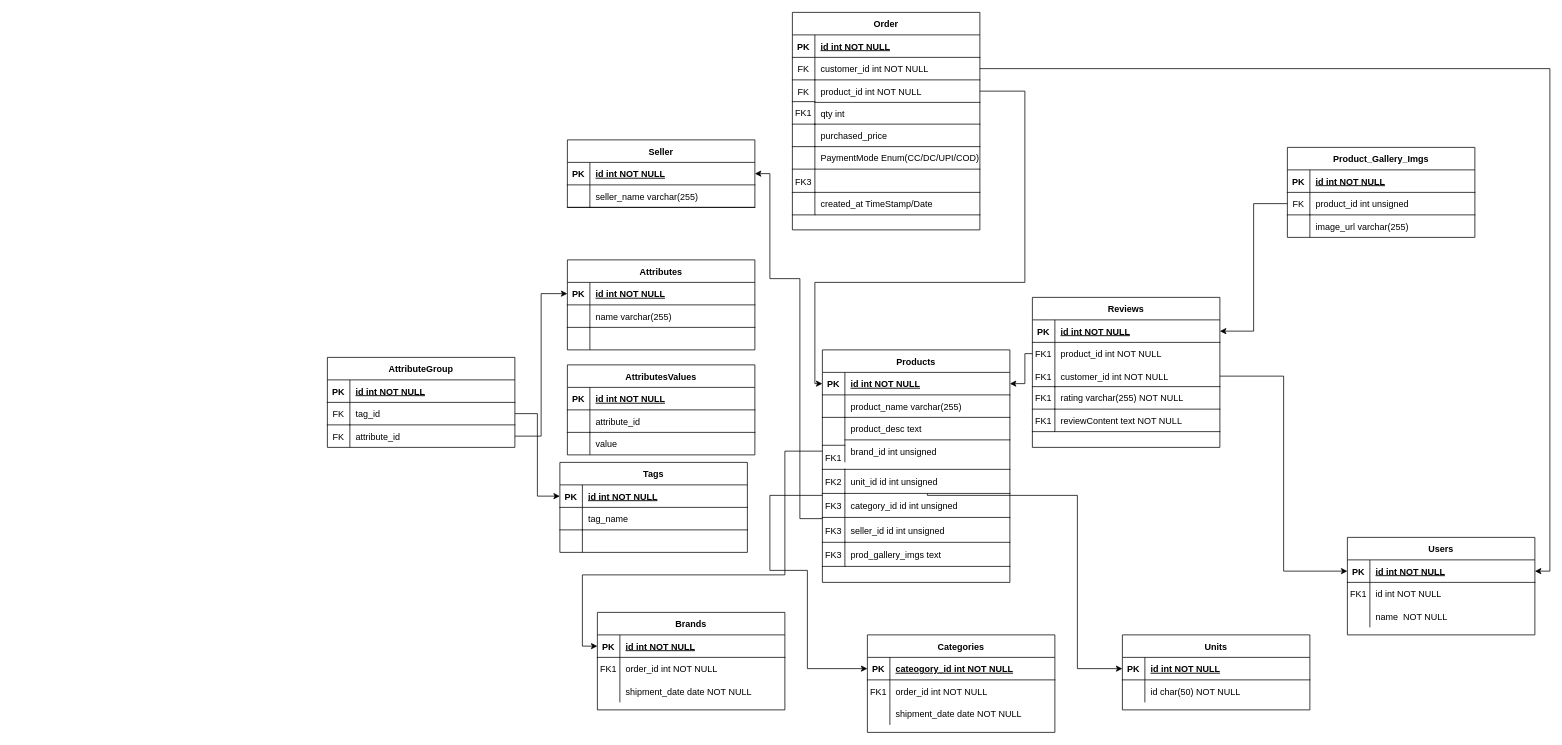
Above: database/migrations/Untitled Diagram.drawio in yashmali408/new-laravel-project- (draw.io), before the change. Source tidied: cells renumbered, new cells numbered last; positions are measured from the earlier drawing's top-left corner, leaving out a move shared by most shapes. Both pictures are drawn from the tidied source at 75%, with x=0, y=0 at pixel (327, 12).
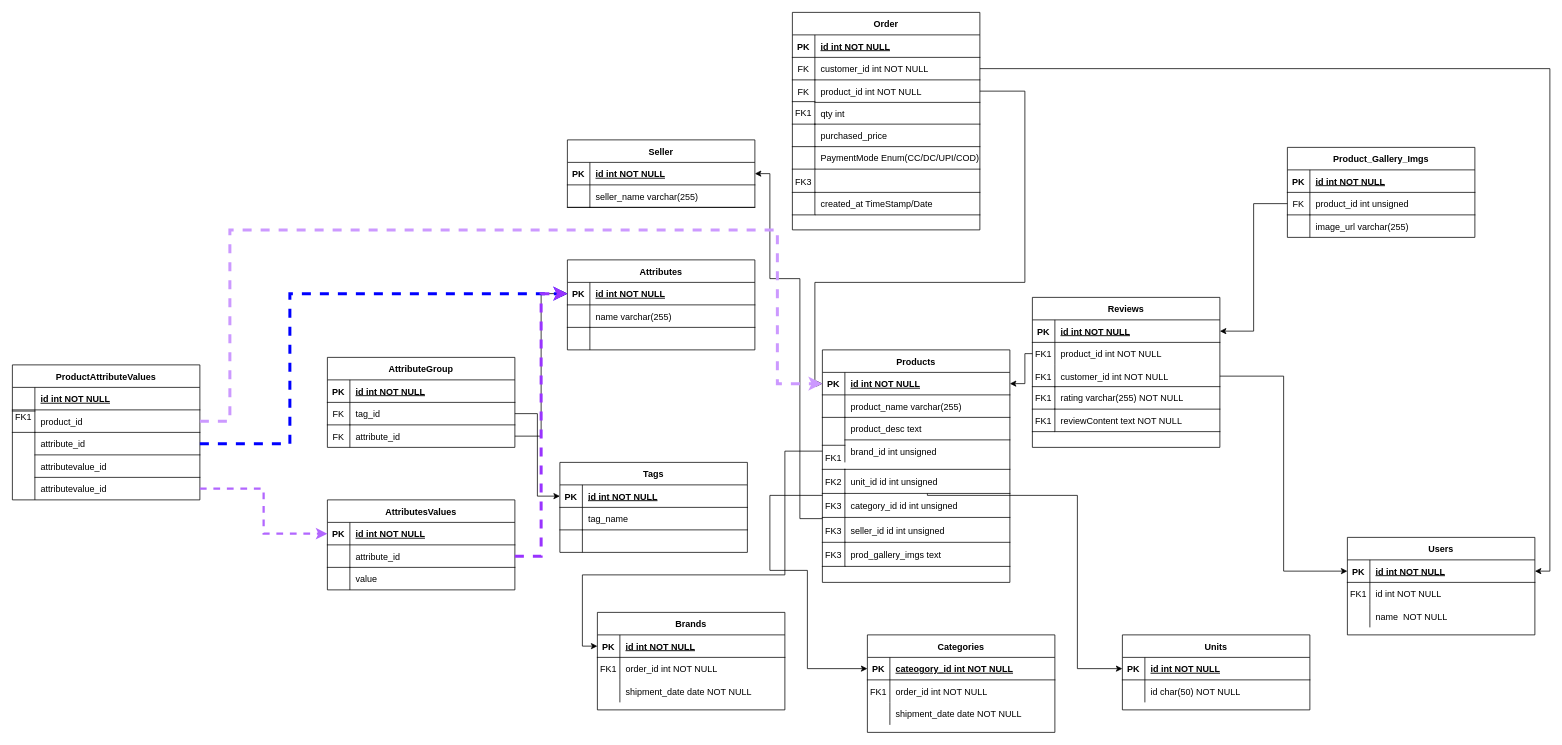
The same diagram, later.

The change refers to these unchanged cells:
```xml
<mxCell id="42" style="shape=partialRectangle;fillColor=none;points=[[0,0.5],[1,0.5]];portConstraint=eastwest;top=0;left=0;right=0;bottom=1;" parent="41" vertex="1">
  <mxGeometry y="30" width="250" height="30" as="geometry" />
</mxCell>
<mxCell id="144" style="shape=partialRectangle;fillColor=none;points=[[0,0.5],[1,0.5]];portConstraint=eastwest;top=0;left=0;right=0;bottom=1;" parent="143" vertex="1">
  <mxGeometry y="30" width="250" height="30" as="geometry" />
</mxCell>
<mxCell id="181" style="shape=partialRectangle;fillColor=none;points=[[0,0.5],[1,0.5]];portConstraint=eastwest;top=0;left=0;right=0;bottom=1;" parent="180" vertex="1">
  <mxGeometry y="30" width="250" height="30" as="geometry" />
</mxCell>
<mxCell id="184" style="shape=partialRectangle;fillColor=none;points=[[0,0.5],[1,0.5]];portConstraint=eastwest;top=0;left=0;right=0;bottom=0;" parent="180" vertex="1">
  <mxGeometry y="60" width="250" height="30" as="geometry" />
</mxCell>
```

The edit, as a diff of the source:
```diff
@@
     <mxCell id="180" value="AttributesValues" style="shape=table;startSize=30;childLayout=tableLayout;rowLines=0;fontStyle=1;align=center;" parent="1" vertex="1">
-      <mxGeometry x="320" y="470" width="250" height="120" as="geometry" />
+      <mxGeometry y="650" width="250" height="120" as="geometry" />
     </mxCell>
@@
+    <mxCell id="190" style="group;" parent="1" vertex="1">
+      <mxGeometry x="-420" y="470" width="250" height="150" as="geometry" />
+    </mxCell>
+    <mxCell id="191" style="group;" parent="190" vertex="1">
+      <mxGeometry width="250" height="150" as="geometry" />
+    </mxCell>
+    <mxCell id="192" style="group;" parent="191" vertex="1">
+      <mxGeometry width="250" height="150" as="geometry" />
+    </mxCell>
+    <mxCell id="193" value="FK1" style="shape=partialRectangle;overflow=hidden;fillColor=none;top=1;left=0;bottom=0;right=0;" parent="192" vertex="1">
+      <mxGeometry y="61.6" width="30" height="15.5" as="geometry" />
+    </mxCell>
+    <mxCell id="194" style="group;" parent="192" vertex="1">
+      <mxGeometry width="250" height="150" as="geometry" />
+    </mxCell>
+    <mxCell id="195" style="group;" parent="194" vertex="1">
+      <mxGeometry width="250" height="150" as="geometry" />
+    </mxCell>
+    <mxCell id="196" value="ProductAttributeValues" style="shape=table;startSize=30;childLayout=tableLayout;rowLines=0;fontStyle=1;align=center;" parent="195" vertex="1">
+      <mxGeometry width="250" height="180" as="geometry" />
+    </mxCell>
+    <mxCell id="197" style="shape=partialRectangle;fillColor=none;top=0;left=0;right=0;bottom=1;" parent="196" vertex="1">
+      <mxGeometry y="30" width="250" height="30" as="geometry" />
+    </mxCell>
+    <mxCell id="198" style="shape=partialRectangle;overflow=hidden;fillColor=none;top=0;left=0;bottom=0;right=0;fontStyle=1;" parent="197" vertex="1">
+      <mxGeometry width="30" height="30" as="geometry" />
+    </mxCell>
+    <mxCell id="199" value="id int NOT NULL " style="shape=partialRectangle;overflow=hidden;fillColor=none;top=0;left=0;bottom=0;right=0;align=left;spacingLeft=6;fontStyle=5;" parent="197" vertex="1">
+      <mxGeometry x="30" width="220" height="30" as="geometry" />
+    </mxCell>
+    <mxCell id="200" style="shape=partialRectangle;fillColor=none;points=[[0,0.5],[1,0.5]];portConstraint=eastwest;top=0;left=0;right=0;bottom=0;" parent="196" vertex="1">
+      <mxGeometry y="60" width="250" height="30" as="geometry" />
+    </mxCell>
+    <mxCell id="201" style="shape=partialRectangle;overflow=hidden;fillColor=none;top=0;left=0;bottom=0;right=0;" parent="200" vertex="1">
+      <mxGeometry width="30" height="30" as="geometry" />
+    </mxCell>
+    <mxCell id="202" value="product_id" style="shape=partialRectangle;overflow=hidden;fillColor=none;top=0;left=0;bottom=0;right=0;align=left;spacingLeft=6;" parent="200" vertex="1">
+      <mxGeometry x="30" width="220" height="30" as="geometry" />
+    </mxCell>
+    <mxCell id="203" style="shape=partialRectangle;fillColor=none;points=[[0,0.5],[1,0.5]];portConstraint=eastwest;top=0;left=0;right=0;bottom=0;" parent="196" vertex="1">
+      <mxGeometry y="90" width="250" height="30" as="geometry" />
+    </mxCell>
+    <mxCell id="204" style="shape=partialRectangle;overflow=hidden;fillColor=none;top=1;left=0;bottom=0;right=0;" parent="203" vertex="1">
+      <mxGeometry width="30" height="30" as="geometry" />
+    </mxCell>
+    <mxCell id="205" value="attribute_id" style="shape=partialRectangle;overflow=hidden;fillColor=none;top=1;left=0;bottom=0;right=0;align=left;spacingLeft=6;" parent="203" vertex="1">
+      <mxGeometry x="30" width="220" height="30" as="geometry" />
+    </mxCell>
+    <mxCell id="206" style="shape=partialRectangle;fillColor=none;top=0;left=0;right=0;bottom=0;" parent="196" vertex="1">
+      <mxGeometry y="120" width="250" height="30" as="geometry" />
+    </mxCell>
+    <mxCell id="207" style="shape=partialRectangle;overflow=hidden;fillColor=none;top=0;left=0;bottom=0;right=0;" parent="206" vertex="1">
+      <mxGeometry width="30" height="30" as="geometry" />
+    </mxCell>
+    <mxCell id="208" value="attributevalue_id" style="shape=partialRectangle;overflow=hidden;fillColor=none;top=1;left=0;bottom=0;right=0;align=left;spacingLeft=6;" parent="206" vertex="1">
+      <mxGeometry x="30" width="220" height="30" as="geometry" />
+    </mxCell>
+    <mxCell id="209" style="shape=partialRectangle;fillColor=none;points=[[0,0.5],[1,0.5]];portConstraint=eastwest;top=0;left=0;right=0;bottom=0;" parent="196" vertex="1">
+      <mxGeometry y="150" width="250" height="30" as="geometry" />
+    </mxCell>
+    <mxCell id="210" style="shape=partialRectangle;overflow=hidden;fillColor=none;top=0;left=0;bottom=0;right=0;" parent="209" vertex="1">
+      <mxGeometry width="30" height="30" as="geometry" />
+    </mxCell>
+    <mxCell id="211" value="attributevalue_id" style="shape=partialRectangle;overflow=hidden;fillColor=none;top=1;left=0;bottom=0;right=0;align=left;spacingLeft=6;" parent="209" vertex="1">
+      <mxGeometry x="30" width="220" height="30" as="geometry" />
+    </mxCell>
+    <mxCell id="212" style="edgeStyle=orthogonalEdgeStyle;rounded=0;jettySize=auto;html=1;entryX=0;entryY=0.5;entryDx=0;entryDy=0;exitX=1;exitY=0.5;exitDx=0;exitDy=0;dashed=1;strokeWidth=4;strokeColor=#CC99FF;" parent="1" edge="1" source="200" target="42">
+      <mxGeometry relative="1" as="geometry">
+        <Array as="points">
+          <mxPoint x="-130" y="545" />
+          <mxPoint x="-130" y="290" />
+          <mxPoint x="600" y="290" />
+          <mxPoint x="600" y="495" />
+        </Array>
+      </mxGeometry>
+    </mxCell>
+    <mxCell id="213" style="edgeStyle=orthogonalEdgeStyle;rounded=0;jettySize=auto;html=1;entryX=0;entryY=0.5;entryDx=0;entryDy=0;dashed=1;strokeWidth=4;strokeColor=#0000FF;" parent="1" edge="1" source="203" target="144">
+      <mxGeometry relative="1" as="geometry">
+        <Array as="points">
+          <mxPoint x="-50" y="575" />
+          <mxPoint x="-50" y="375" />
+        </Array>
+      </mxGeometry>
+    </mxCell>
+    <mxCell id="214" style="edgeStyle=orthogonalEdgeStyle;rounded=0;jettySize=auto;html=1;entryX=0;entryY=0.5;entryDx=0;entryDy=0;strokeWidth=4;dashed=1;strokeColor=#9933FF;" parent="1" edge="1" source="184" target="144">
+      <mxGeometry relative="1" as="geometry" />
+    </mxCell>
+    <mxCell id="215" style="edgeStyle=orthogonalEdgeStyle;rounded=0;jettySize=auto;html=1;entryX=0;entryY=0.5;entryDx=0;entryDy=0;strokeWidth=3;strokeColor=#B266FF;dashed=1;" parent="1" edge="1" source="209" target="181">
+      <mxGeometry relative="1" as="geometry" />
+    </mxCell>
```
